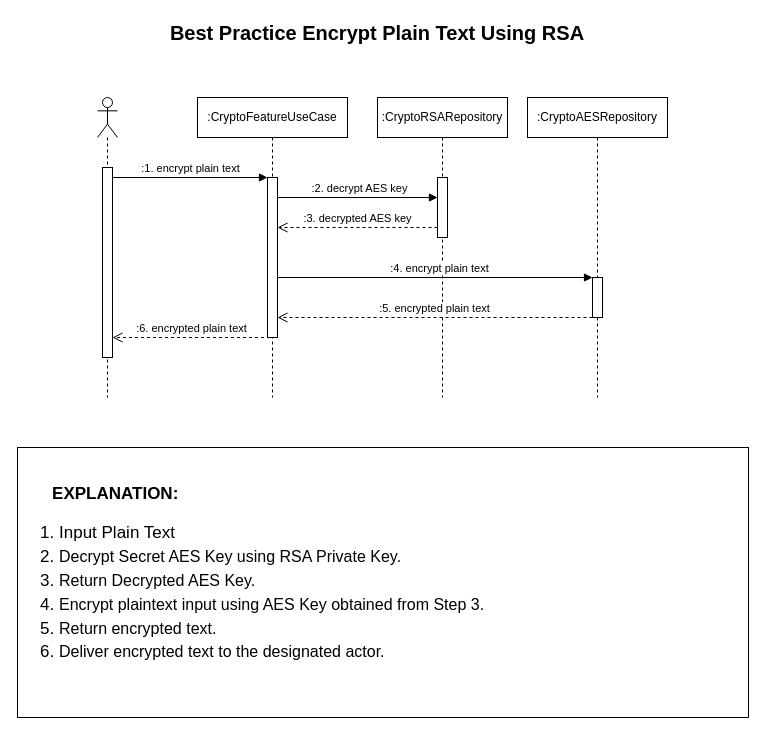
Before: Best Practice/Best Practice Crypto RSA Kotlin.drawio in fadlurahmanfdev/draw_io, a draw.io diagram. Source tidied: cells renumbered, new cells numbered last; positions are measured from the earlier drawing's top-left corner, leaving out a move shared by most shapes. Both pictures are drawn from the tidied source at 100%, with x=0, y=0 at pixel (17, 17).
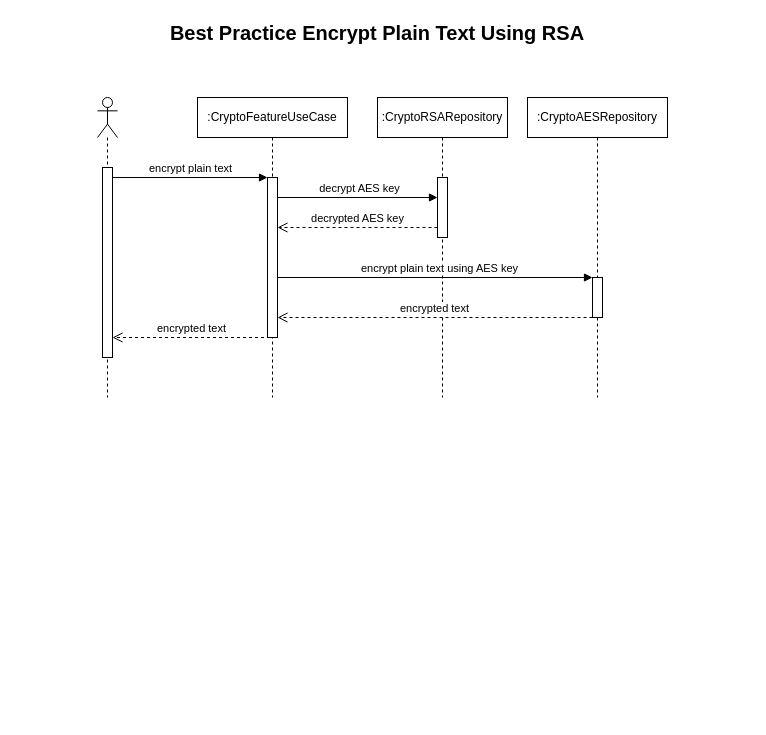
After the change.

Commit message:
remove explanation text

Unchanged cells that the change refers to:
```xml
<mxCell id="3" style="html=1;points=[[0,0,0,0,5],[0,1,0,0,-5],[1,0,0,0,5],[1,1,0,0,-5]];perimeter=orthogonalPerimeter;outlineConnect=0;targetShapes=umlLifeline;portConstraint=eastwest;newEdgeStyle={&quot;curved&quot;:0,&quot;rounded&quot;:0};" parent="2" vertex="1">
  <mxGeometry x="70" y="80" width="10" height="160" as="geometry" />
</mxCell>
<mxCell id="5" style="html=1;points=[[0,0,0,0,5],[0,1,0,0,-5],[1,0,0,0,5],[1,1,0,0,-5]];perimeter=orthogonalPerimeter;outlineConnect=0;targetShapes=umlLifeline;portConstraint=eastwest;newEdgeStyle={&quot;curved&quot;:0,&quot;rounded&quot;:0};" parent="4" vertex="1">
  <mxGeometry x="60" y="80" width="10" height="60" as="geometry" />
</mxCell>
<mxCell id="10" style="html=1;points=[[0,0,0,0,5],[0,1,0,0,-5],[1,0,0,0,5],[1,1,0,0,-5]];perimeter=orthogonalPerimeter;outlineConnect=0;targetShapes=umlLifeline;portConstraint=eastwest;newEdgeStyle={&quot;curved&quot;:0,&quot;rounded&quot;:0};" parent="9" vertex="1">
  <mxGeometry x="65" y="180" width="10" height="40" as="geometry" />
</mxCell>
```

What changed in the source:
```diff
@@
-    <mxCell id="6" value=":1. encrypt plain text" style="html=1;verticalAlign=bottom;endArrow=block;curved=0;rounded=0;" parent="1" edge="1">
+    <mxCell id="6" value="encrypt plain text" style="html=1;verticalAlign=bottom;endArrow=block;curved=0;rounded=0;" parent="1" edge="1">
       <mxGeometry relative="1" as="geometry">
         <mxPoint x="95" y="160" as="sourcePoint" />
         <mxPoint x="250" y="160" as="targetPoint" />
       </mxGeometry>
     </mxCell>
-    <mxCell id="7" value=":2. decrypt AES key" style="html=1;verticalAlign=bottom;endArrow=block;curved=0;rounded=0;" parent="1" edge="1" target="5">
+    <mxCell id="7" value="decrypt AES key" style="html=1;verticalAlign=bottom;endArrow=block;curved=0;rounded=0;" parent="1" edge="1" target="5">
       <mxGeometry x="0.03" relative="1" as="geometry">
         <mxPoint x="260" y="180" as="sourcePoint" />
       </mxGeometry>
     </mxCell>
-    <mxCell id="8" value=":3. decrypted AES key" style="html=1;verticalAlign=bottom;endArrow=open;dashed=1;endSize=8;curved=0;rounded=0;" parent="1" edge="1" source="5">
+    <mxCell id="8" value="decrypted AES key" style="html=1;verticalAlign=bottom;endArrow=open;dashed=1;endSize=8;curved=0;rounded=0;" parent="1" edge="1" source="5">
       <mxGeometry relative="1" as="geometry">
         <mxPoint x="260" y="210" as="targetPoint" />
       </mxGeometry>
     </mxCell>
@@
-    <mxCell id="11" value=":4. encrypt plain text" style="html=1;verticalAlign=bottom;endArrow=block;curved=0;rounded=0;" parent="1" edge="1" target="10">
+    <mxCell id="11" value="encrypt plain text using AES key" style="html=1;verticalAlign=bottom;endArrow=block;curved=0;rounded=0;" parent="1" edge="1" target="10">
       <mxGeometry x="0.03" relative="1" as="geometry">
         <mxPoint x="260" y="260" as="sourcePoint" />
       </mxGeometry>
     </mxCell>
-    <mxCell id="12" value=":5. encrypted plain text" style="html=1;verticalAlign=bottom;endArrow=open;dashed=1;endSize=8;curved=0;rounded=0;" parent="1" edge="1" target="3">
+    <mxCell id="12" value="encrypted text" style="html=1;verticalAlign=bottom;endArrow=open;dashed=1;endSize=8;curved=0;rounded=0;" parent="1" edge="1" target="3">
       <mxGeometry relative="1" as="geometry">
         <mxPoint x="575" y="300" as="sourcePoint" />
       </mxGeometry>
     </mxCell>
-    <mxCell id="13" value=":6. encrypted plain text" style="html=1;verticalAlign=bottom;endArrow=open;dashed=1;endSize=8;curved=0;rounded=0;" parent="1" edge="1">
+    <mxCell id="13" value="encrypted text" style="html=1;verticalAlign=bottom;endArrow=open;dashed=1;endSize=8;curved=0;rounded=0;" parent="1" edge="1">
       <mxGeometry relative="1" as="geometry">
         <mxPoint x="252.5" y="320" as="sourcePoint" />
         <mxPoint x="95" y="320" as="targetPoint" />
       </mxGeometry>
     </mxCell>
@@
-    <mxCell id="15" value="&lt;font style=&quot;font-size: 17px;&quot;&gt;&lt;b style=&quot;&quot;&gt;&amp;nbsp; &amp;nbsp; &amp;nbsp; &amp;nbsp;EXPLANATION&lt;span style=&quot;background-color: rgb(255, 255, 255);&quot;&gt;:&lt;/span&gt;&lt;/b&gt;&lt;br&gt;&lt;ol style=&quot;line-height: 140%;&quot;&gt;&lt;li&gt;&lt;span style=&quot;background-color: rgb(255, 255, 255);&quot;&gt;Input Plain Text&lt;/span&gt;&lt;br&gt;&lt;/li&gt;&lt;li&gt;&lt;span style=&quot;background-color: rgb(255, 255, 255);&quot;&gt;&lt;span style=&quot;font-size: medium;&quot;&gt;Decrypt Secret AES Key using RSA Private Key.&amp;nbsp;&lt;/span&gt;&lt;br&gt;&lt;/span&gt;&lt;/li&gt;&lt;li&gt;&lt;span style=&quot;background-color: rgb(255, 255, 255);&quot;&gt;&lt;span style=&quot;font-size: medium;&quot;&gt;Return Decrypted AES Key.&lt;br&gt;&lt;/span&gt;&lt;/span&gt;&lt;/li&gt;&lt;li&gt;&lt;span style=&quot;background-color: rgb(255, 255, 255);&quot;&gt;&lt;span style=&quot;font-size: medium;&quot;&gt;Encrypt plaintext input using AES Key obtained from Step 3.&lt;br&gt;&lt;/span&gt;&lt;/span&gt;&lt;/li&gt;&lt;li&gt;&lt;span style=&quot;background-color: rgb(255, 255, 255);&quot;&gt;&lt;span style=&quot;font-size: medium;&quot;&gt;Return encrypted text.&lt;br&gt;&lt;/span&gt;&lt;/span&gt;&lt;/li&gt;&lt;li&gt;&lt;span style=&quot;background-color: rgb(255, 255, 255);&quot;&gt;&lt;span style=&quot;font-size: medium;&quot;&gt;Deliver encrypted text to the designated actor.&lt;/span&gt;&lt;/span&gt;&lt;/li&gt;&lt;/ol&gt;&lt;/font&gt;" style="text;html=1;align=left;verticalAlign=middle;whiteSpace=wrap;rounded=0;fillColor=#ffffff;strokeColor=default;" parent="1" vertex="1">
-      <mxGeometry y="430" width="731" height="270" as="geometry" />
-    </mxCell>
```
